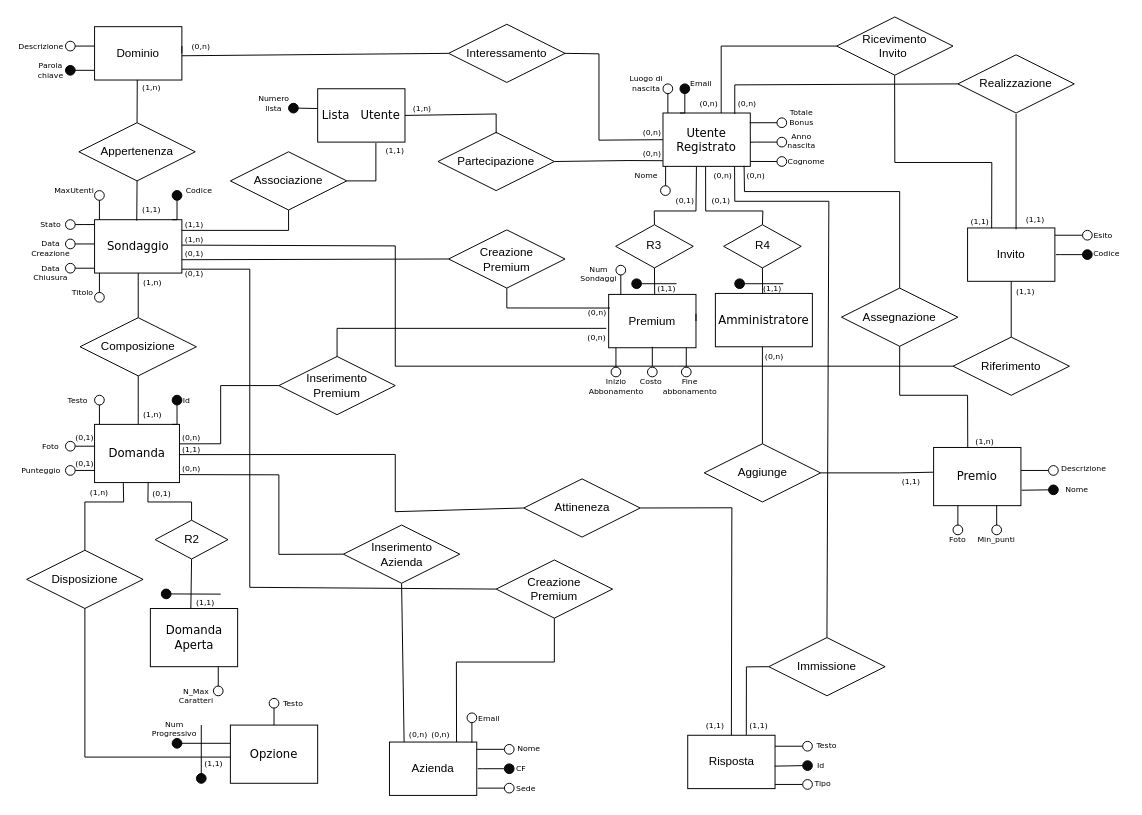
Above: SchemaErRistrutturatoFunzionale.drawio in tommaso2311/DatBas_22-23 (draw.io), before the change. Source tidied: cells renumbered, new cells numbered last; positions are measured from the earlier drawing's top-left corner, leaving out a move shared by most shapes. Both pictures are drawn from the tidied source at 97%, with x=0, y=0 at pixel (16, 16).
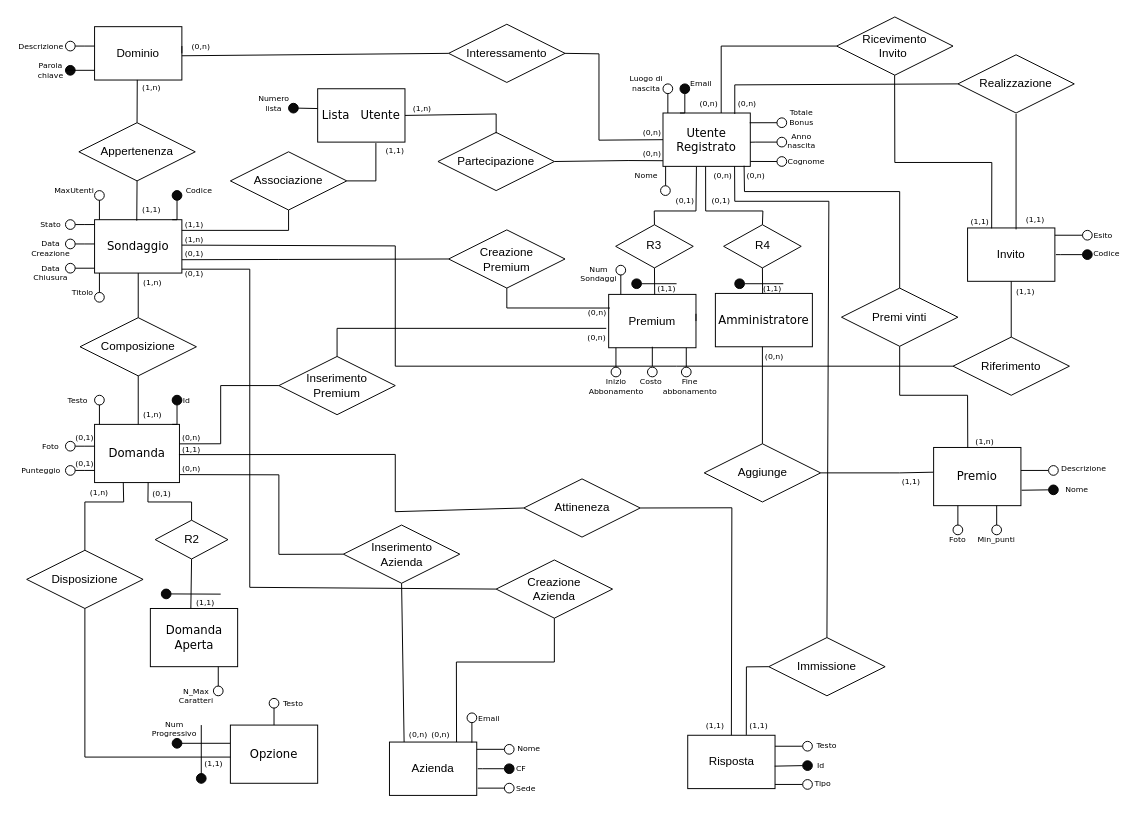
The same page after the edit.

What changed in the source:
```diff
@@
-    <mxCell id="121" value="Creazione &lt;br&gt;Premium" style="shape=rhombus;perimeter=rhombusPerimeter;whiteSpace=wrap;html=1;align=center;" parent="1" vertex="1">
+    <mxCell id="121" value="Creazione &lt;br&gt;Azienda" style="shape=rhombus;perimeter=rhombusPerimeter;whiteSpace=wrap;html=1;align=center;" parent="1" vertex="1">
       <mxGeometry x="494" y="559.8" width="120" height="60" as="geometry" />
     </mxCell>
@@
-    <mxCell id="199" value="Assegnazione" style="shape=rhombus;perimeter=rhombusPerimeter;whiteSpace=wrap;html=1;align=center;" parent="1" vertex="1">
+    <mxCell id="199" value="Premi vinti" style="shape=rhombus;perimeter=rhombusPerimeter;whiteSpace=wrap;html=1;align=center;" parent="1" vertex="1">
       <mxGeometry x="850" y="279.5" width="120" height="60" as="geometry" />
     </mxCell>
```
